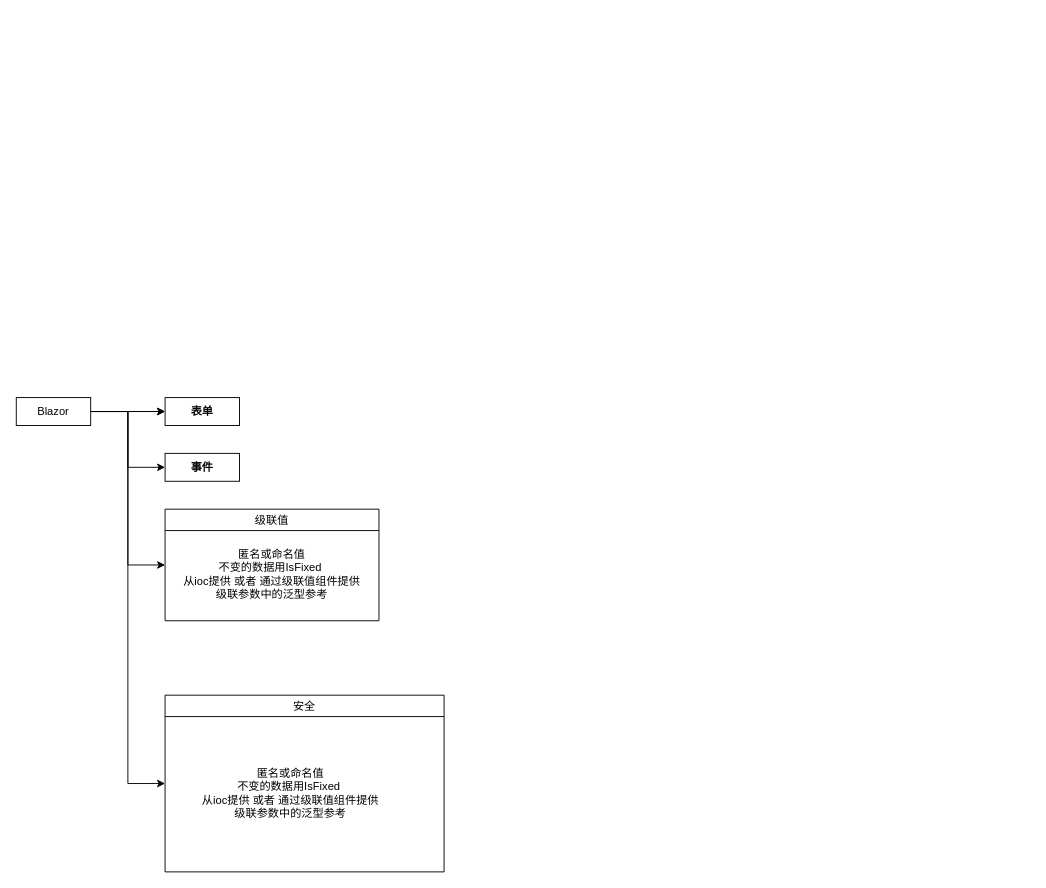
Earlier version of the draw.io diagram blazor学习思维导图.drawio (bxjg1987/abpGeneralModules). Source tidied: cells renumbered, new cells numbered last; positions are measured from the earlier drawing's top-left corner, leaving out a move shared by most shapes. Both pictures are drawn from the tidied source at 93%, with x=0, y=0 at pixel (16, 397).
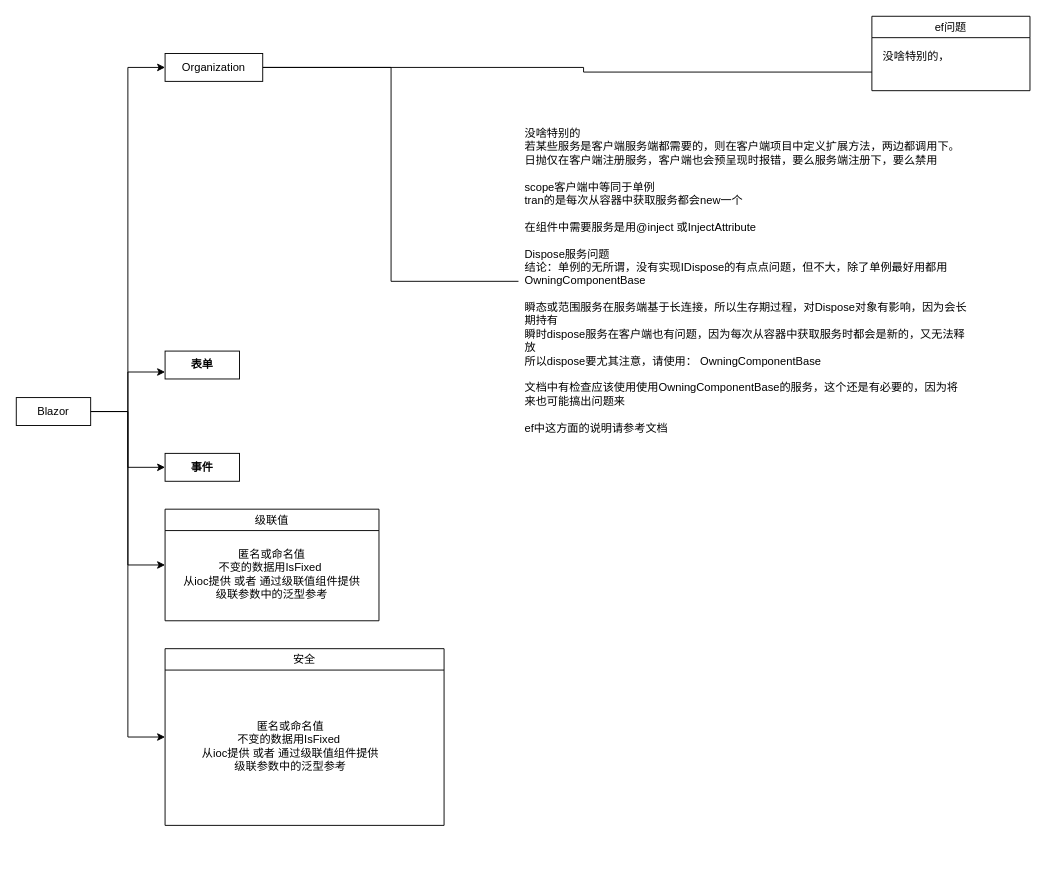
The same diagram, later.

Commit message:
更新blazor学习思维导图.drawio

The change refers to these unchanged cells:
```xml
<mxCell id="9" value="Blazor" style="rounded=0;whiteSpace=wrap;html=1;" parent="1" vertex="1">
  <mxGeometry width="80" height="30" as="geometry" />
</mxCell>
```

Diff of the diagram source:
```diff
@@
-    <mxCell id="4" style="edgeStyle=orthogonalEdgeStyle;rounded=0;jettySize=auto;html=1;" parent="1" edge="1" source="9" target="10">
-      <mxGeometry relative="1" as="geometry" />
-    </mxCell>
-    <mxCell id="5" style="edgeStyle=orthogonalEdgeStyle;rounded=0;jettySize=auto;html=1;" parent="1" edge="1" source="9" target="10">
+    <mxCell id="5" style="edgeStyle=orthogonalEdgeStyle;rounded=0;jettySize=auto;html=1;entryX=0;entryY=0.75;entryDx=0;entryDy=0;" parent="1" edge="1" source="9" target="10">
       <mxGeometry relative="1" as="geometry" />
     </mxCell>
@@
+    <mxCell id="14" style="edgeStyle=orthogonalEdgeStyle;rounded=0;jettySize=auto;html=1;exitX=1;exitY=0.5;exitDx=0;exitDy=0;entryX=0;entryY=0.5;entryDx=0;entryDy=0;" parent="1" edge="1" source="9" target="20">
+      <mxGeometry relative="1" as="geometry">
+        <Array as="points">
+          <mxPoint x="120" y="15" />
+          <mxPoint x="120" y="-355" />
+        </Array>
+      </mxGeometry>
+    </mxCell>
@@
-    <mxCell id="10" value="&lt;span style=&quot;font-weight: 700;&quot;&gt;表单&lt;/span&gt;" style="rounded=0;whiteSpace=wrap;html=1;" parent="1" vertex="1">
-      <mxGeometry x="160" width="80" height="30" as="geometry" />
+    <mxCell id="10" value="&lt;span style=&quot;font-weight: 700;&quot;&gt;表单&lt;/span&gt;" style="rounded=0;whiteSpace=wrap;html=1;" parent="1" vertex="1" collapsed="1">
+      <mxGeometry x="160" y="-50" width="80" height="30" as="geometry" />
     </mxCell>
@@
     <mxCell id="12" value="&lt;span style=&quot;font-weight: 400; text-align: left;&quot;&gt;安全&lt;/span&gt;" style="swimlane;whiteSpace=wrap;html=1;" parent="1" vertex="1">
-      <mxGeometry x="160" y="320" width="300" height="190" as="geometry" />
+      <mxGeometry x="160" y="270" width="300" height="190" as="geometry" />
     </mxCell>
@@
+    <mxCell id="15" value="&lt;div style=&quot;text-align: left;&quot;&gt;&lt;span style=&quot;background-color: initial; font-weight: 400;&quot;&gt;ef问题&lt;/span&gt;&lt;/div&gt;" style="swimlane;whiteSpace=wrap;html=1;" parent="1" vertex="1">
+      <mxGeometry x="920" y="-410" width="170" height="80" as="geometry" />
+    </mxCell>
+    <mxCell id="16" value="&lt;div&gt;没啥特别的，&lt;/div&gt;" style="text;html=1;align=left;verticalAlign=top;whiteSpace=wrap;rounded=0;" parent="15" vertex="1">
+      <mxGeometry x="10" y="30" width="150" height="30" as="geometry" />
+    </mxCell>
+    <mxCell id="17" value="&lt;div&gt;&lt;span style=&quot;&quot;&gt;没啥特别的&lt;/span&gt;&lt;/div&gt;&lt;div&gt;&lt;span style=&quot;&quot;&gt;若某些服务是客户端服务端都需要的，则在客户端项目中定义扩展方法，两边都调用下。&lt;/span&gt;&lt;/div&gt;&lt;div&gt;&lt;span style=&quot;&quot;&gt;日抛仅在客户端注册服务，客户端也会预呈现时报错，要么服务端注册下，要么禁用&lt;/span&gt;&lt;/div&gt;&lt;div&gt;&lt;span style=&quot;&quot;&gt;&lt;br&gt;&lt;/span&gt;&lt;/div&gt;&lt;div&gt;scope客户端中等同于单例&lt;/div&gt;&lt;div&gt;tran的是每次从容器中获取服务都会new一个&lt;/div&gt;&lt;div&gt;&lt;br&gt;&lt;/div&gt;&lt;div&gt;在组件中需要服务是用@inject 或InjectAttribute&lt;/div&gt;&lt;div&gt;&lt;br&gt;&lt;/div&gt;&lt;div&gt;Dispose服务问题&lt;/div&gt;&lt;div&gt;结论：单例的无所谓，没有实现IDispose的有点点问题，但不大，除了单例最好用都用&lt;span style=&quot;background-color: initial;&quot;&gt;OwningComponentBase&lt;/span&gt;&lt;/div&gt;&lt;div&gt;&lt;span style=&quot;background-color: initial;&quot;&gt;&lt;br&gt;&lt;/span&gt;&lt;/div&gt;&lt;div&gt;瞬态或范围服务在服务端基于长连接，所以生存期过程，对Dispose对象有影响，因为会长期持有&lt;/div&gt;&lt;div&gt;瞬时dispose服务在客户端也有问题，因为每次从容器中获取服务时都会是新的，又无法释放&lt;/div&gt;&lt;div&gt;所以dispose要尤其注意，请使用：&amp;nbsp;OwningComponentBase&lt;/div&gt;&lt;div&gt;&lt;br&gt;&lt;/div&gt;&lt;div&gt;文档中有检查应该使用使用&lt;span style=&quot;background-color: initial;&quot;&gt;OwningComponentBase的服务，这个还是有必要的，因为将来也可能搞出问题来&lt;/span&gt;&lt;/div&gt;&lt;div&gt;&lt;span style=&quot;background-color: initial;&quot;&gt;&lt;br&gt;&lt;/span&gt;&lt;/div&gt;&lt;div&gt;&lt;span style=&quot;background-color: initial;&quot;&gt;ef中这方面的说明请参考文档&lt;/span&gt;&lt;/div&gt;&lt;div&gt;&lt;br&gt;&lt;/div&gt;" style="text;html=1;align=left;verticalAlign=top;whiteSpace=wrap;rounded=0;spacingTop=2;spacingLeft=5;spacingBottom=5;spacingRight=5;" parent="1" vertex="1">
+      <mxGeometry x="540" y="-300" width="490" height="350" as="geometry" />
+    </mxCell>
+    <mxCell id="18" style="edgeStyle=elbowEdgeStyle;rounded=0;jettySize=auto;html=1;startArrow=none;endArrow=none;exitX=1;exitY=0.5;exitDx=0;exitDy=0;entryX=0;entryY=0.75;entryDx=0;entryDy=0;" parent="1" edge="1" source="20" target="15">
+      <mxGeometry relative="1" as="geometry">
+        <Array as="points">
+          <mxPoint x="610" y="-340" />
+        </Array>
+      </mxGeometry>
+    </mxCell>
+    <mxCell id="19" style="edgeStyle=elbowEdgeStyle;rounded=0;jettySize=auto;html=1;startArrow=none;endArrow=none;exitX=1;exitY=0.5;exitDx=0;exitDy=0;" parent="1" edge="1" source="20" target="17">
+      <mxGeometry relative="1" as="geometry" />
+    </mxCell>
+    <mxCell id="20" value="Organization" style="whiteSpace=wrap;html=1;align=center;newEdgeStyle={&quot;edgeStyle&quot;:&quot;elbowEdgeStyle&quot;,&quot;startArrow&quot;:&quot;none&quot;,&quot;endArrow&quot;:&quot;none&quot;};" parent="1" vertex="1">
+      <mxGeometry x="160" y="-370" width="105" height="30" as="geometry" />
+    </mxCell>
```
